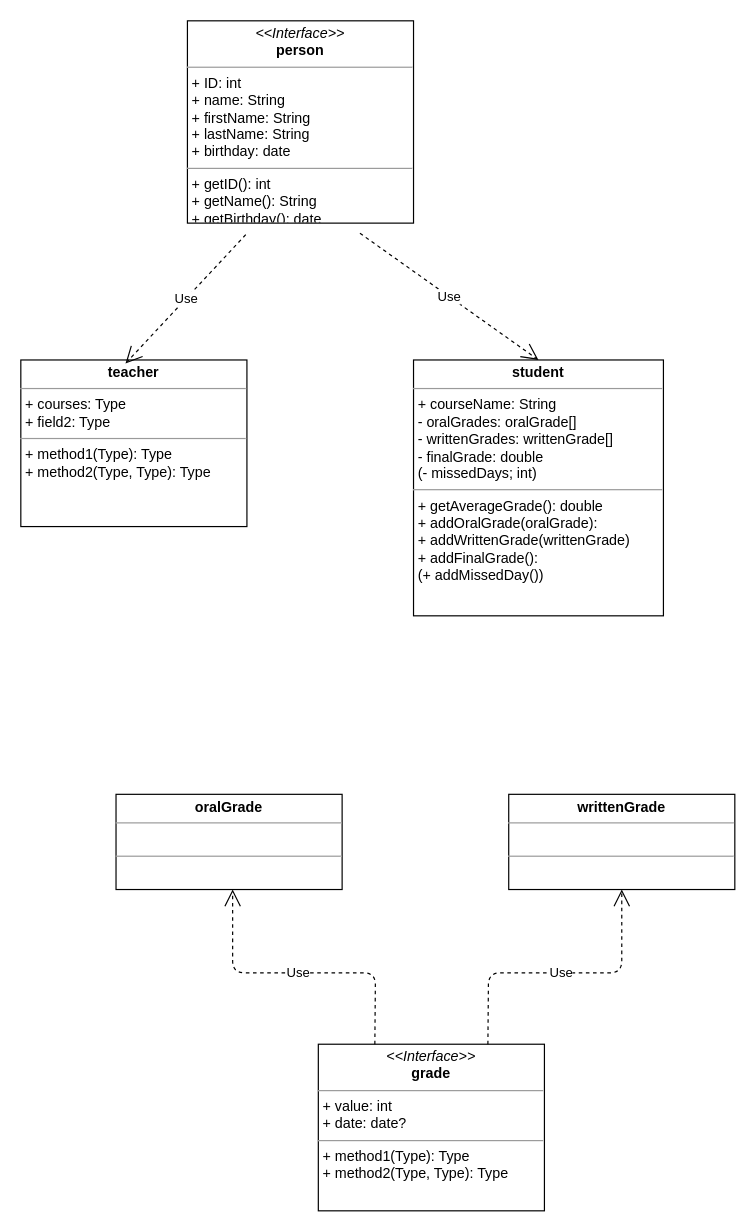
This is Untitled Diagram.drawio from lorenzo381/ATdIT-Gruppe_3, a draw.io file, before an edit. Source tidied: cells renumbered, new cells numbered last; positions are measured from the earlier drawing's top-left corner, leaving out a move shared by most shapes. Both pictures are drawn from the tidied source at 119%, with x=0, y=0 at pixel (20, 20).
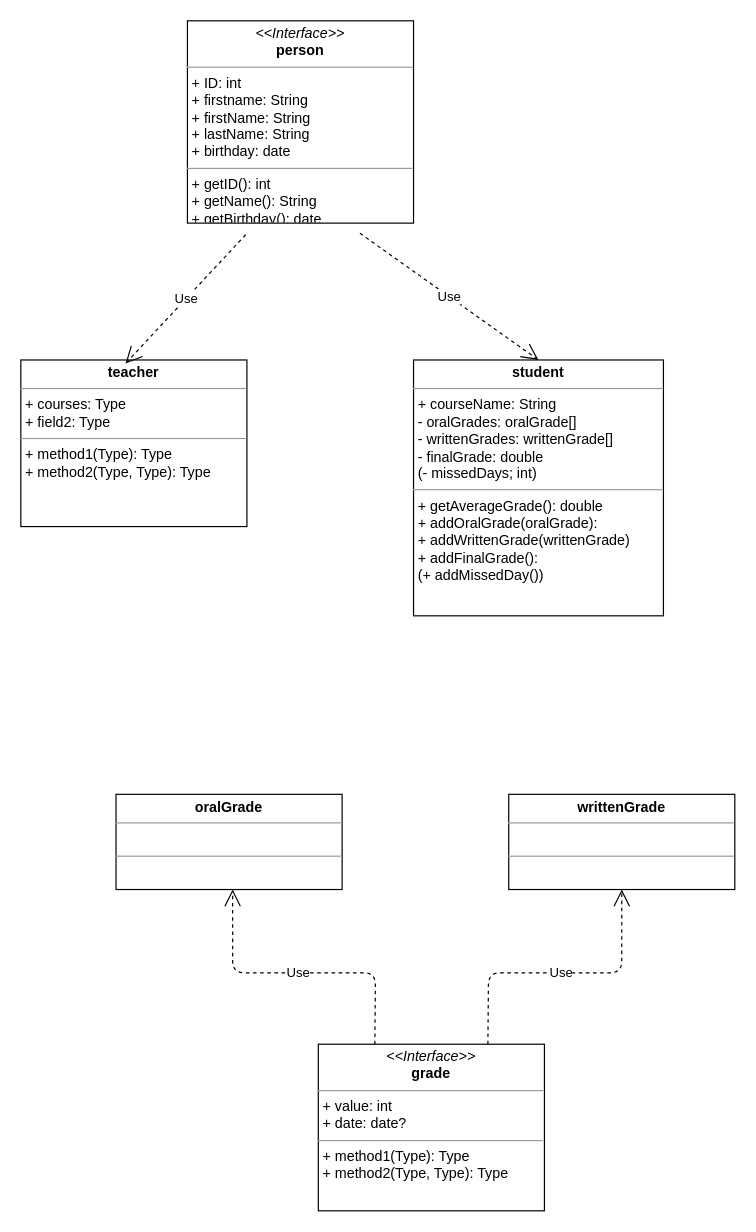
The same page after the edit.

Diff of the diagram source:
```diff
@@
 <mxGraphModel background="#ffffff">
   <root>
     <mxCell id="0" />
     <mxCell id="1" parent="0" />
     <mxCell id="2" value="&lt;p style=&quot;margin: 0px ; margin-top: 4px ; text-align: center&quot;&gt;&lt;b&gt;writtenGrade&lt;/b&gt;&lt;/p&gt;&lt;hr size=&quot;1&quot;&gt;&lt;p style=&quot;margin: 0px ; margin-left: 4px&quot;&gt;&lt;br&gt;&lt;/p&gt;&lt;hr size=&quot;1&quot;&gt;&lt;p style=&quot;margin: 0px ; margin-left: 4px&quot;&gt;&lt;br&gt;&lt;/p&gt;" style="verticalAlign=top;align=left;overflow=fill;fontSize=12;fontFamily=Helvetica;html=1;rounded=0;shadow=0;comic=0;labelBackgroundColor=none;strokeWidth=1;" parent="1" vertex="1">
       <mxGeometry x="410" y="650" width="190" height="80" as="geometry" />
     </mxCell>
     <mxCell id="3" value="&lt;p style=&quot;margin: 0px ; margin-top: 4px ; text-align: center&quot;&gt;&lt;i&gt;&amp;lt;&amp;lt;Interface&amp;gt;&amp;gt;&lt;/i&gt;&lt;br&gt;&lt;b&gt;grade&lt;/b&gt;&lt;/p&gt;&lt;hr size=&quot;1&quot;&gt;&lt;p style=&quot;margin: 0px ; margin-left: 4px&quot;&gt;+ value: int&lt;br&gt;+ date: date?&lt;/p&gt;&lt;hr size=&quot;1&quot;&gt;&lt;p style=&quot;margin: 0px ; margin-left: 4px&quot;&gt;+ method1(Type): Type&lt;br&gt;+ method2(Type, Type): Type&lt;/p&gt;" style="verticalAlign=top;align=left;overflow=fill;fontSize=12;fontFamily=Helvetica;html=1;rounded=0;shadow=0;comic=0;labelBackgroundColor=none;strokeWidth=1;" parent="1" vertex="1">
       <mxGeometry x="250" y="860" width="190" height="140" as="geometry" />
     </mxCell>
-    <mxCell id="4" value="&lt;p style=&quot;margin: 0px ; margin-top: 4px ; text-align: center&quot;&gt;&lt;i&gt;&amp;lt;&amp;lt;Interface&amp;gt;&amp;gt;&lt;/i&gt;&lt;br&gt;&lt;b&gt;person&lt;/b&gt;&lt;/p&gt;&lt;hr size=&quot;1&quot;&gt;&lt;p style=&quot;margin: 0px ; margin-left: 4px&quot;&gt;+ ID: int&lt;br&gt;+ name: String&lt;/p&gt;&lt;p style=&quot;margin: 0px ; margin-left: 4px&quot;&gt;+ firstName: String&lt;/p&gt;&lt;p style=&quot;margin: 0px ; margin-left: 4px&quot;&gt;+ lastName: String&lt;br&gt;&lt;/p&gt;&lt;p style=&quot;margin: 0px ; margin-left: 4px&quot;&gt;+ birthday: date&lt;/p&gt;&lt;hr size=&quot;1&quot;&gt;&lt;p style=&quot;margin: 0px ; margin-left: 4px&quot;&gt;+ getID(): int&lt;br&gt;+ getName(): String&lt;/p&gt;&lt;p style=&quot;margin: 0px ; margin-left: 4px&quot;&gt;+ getBirthday(): date&lt;/p&gt;" style="verticalAlign=top;align=left;overflow=fill;fontSize=12;fontFamily=Helvetica;html=1;rounded=0;shadow=0;comic=0;labelBackgroundColor=none;strokeWidth=1;" parent="1" vertex="1">
+    <mxCell id="4" value="&lt;p style=&quot;margin: 0px ; margin-top: 4px ; text-align: center&quot;&gt;&lt;i&gt;&amp;lt;&amp;lt;Interface&amp;gt;&amp;gt;&lt;/i&gt;&lt;br&gt;&lt;b&gt;person&lt;/b&gt;&lt;/p&gt;&lt;hr size=&quot;1&quot;&gt;&lt;p style=&quot;margin: 0px ; margin-left: 4px&quot;&gt;+ ID: int&lt;br&gt;+ firstname: String&lt;/p&gt;&lt;p style=&quot;margin: 0px ; margin-left: 4px&quot;&gt;+ firstName: String&lt;/p&gt;&lt;p style=&quot;margin: 0px ; margin-left: 4px&quot;&gt;+ lastName: String&lt;br&gt;&lt;/p&gt;&lt;p style=&quot;margin: 0px ; margin-left: 4px&quot;&gt;+ birthday: date&lt;/p&gt;&lt;hr size=&quot;1&quot;&gt;&lt;p style=&quot;margin: 0px ; margin-left: 4px&quot;&gt;+ getID(): int&lt;br&gt;+ getName(): String&lt;/p&gt;&lt;p style=&quot;margin: 0px ; margin-left: 4px&quot;&gt;+ getBirthday(): date&lt;/p&gt;" style="verticalAlign=top;align=left;overflow=fill;fontSize=12;fontFamily=Helvetica;html=1;rounded=0;shadow=0;comic=0;labelBackgroundColor=none;strokeWidth=1;" parent="1" vertex="1">
       <mxGeometry x="140" width="190" height="170" as="geometry" />
     </mxCell>
     <mxCell id="5" value="&lt;p style=&quot;margin: 0px ; margin-top: 4px ; text-align: center&quot;&gt;&lt;b&gt;teacher&lt;/b&gt;&lt;/p&gt;&lt;hr size=&quot;1&quot;&gt;&lt;p style=&quot;margin: 0px ; margin-left: 4px&quot;&gt;+ courses: Type&lt;br&gt;+ field2: Type&lt;/p&gt;&lt;hr size=&quot;1&quot;&gt;&lt;p style=&quot;margin: 0px ; margin-left: 4px&quot;&gt;+ method1(Type): Type&lt;br&gt;+ method2(Type, Type): Type&lt;/p&gt;" style="verticalAlign=top;align=left;overflow=fill;fontSize=12;fontFamily=Helvetica;html=1;rounded=0;shadow=0;comic=0;labelBackgroundColor=none;strokeWidth=1;" parent="1" vertex="1">
       <mxGeometry y="285" width="190" height="140" as="geometry" />
     </mxCell>
     <mxCell id="6" value="&lt;p style=&quot;margin: 0px ; margin-top: 4px ; text-align: center&quot;&gt;&lt;b&gt;student&lt;/b&gt;&lt;/p&gt;&lt;hr size=&quot;1&quot;&gt;&lt;p style=&quot;margin: 0px ; margin-left: 4px&quot;&gt;+ courseName: String&lt;br&gt;&lt;/p&gt;&lt;p style=&quot;margin: 0px ; margin-left: 4px&quot;&gt;- oralGrades: oralGrade[]&lt;/p&gt;&lt;p style=&quot;margin: 0px ; margin-left: 4px&quot;&gt;- writtenGrades: writtenGrade[]&lt;/p&gt;&lt;p style=&quot;margin: 0px ; margin-left: 4px&quot;&gt;- finalGrade: double&lt;/p&gt;&lt;p style=&quot;margin: 0px ; margin-left: 4px&quot;&gt;(- missedDays; int)&lt;/p&gt;&lt;hr size=&quot;1&quot;&gt;&lt;p style=&quot;margin: 0px ; margin-left: 4px&quot;&gt;+ getAverageGrade(): double&lt;br&gt;&lt;/p&gt;&lt;p style=&quot;margin: 0px ; margin-left: 4px&quot;&gt;+ addOralGrade(oralGrade):&lt;/p&gt;&lt;p style=&quot;margin: 0px ; margin-left: 4px&quot;&gt;+ addWrittenGrade(writtenGrade)&lt;/p&gt;&lt;p style=&quot;margin: 0px ; margin-left: 4px&quot;&gt;+ addFinalGrade():&lt;/p&gt;&lt;p style=&quot;margin: 0px ; margin-left: 4px&quot;&gt;(+ addMissedDay())&lt;/p&gt;" style="verticalAlign=top;align=left;overflow=fill;fontSize=12;fontFamily=Helvetica;html=1;rounded=0;shadow=0;comic=0;labelBackgroundColor=none;strokeWidth=1;" parent="1" vertex="1">
       <mxGeometry x="330" y="285" width="210" height="215" as="geometry" />
     </mxCell>
     <mxCell id="7" value="Use" style="endArrow=open;endSize=12;dashed=1;html=1;exitX=0.763;exitY=1.05;exitDx=0;exitDy=0;exitPerimeter=0;entryX=0.5;entryY=0;entryDx=0;entryDy=0;" parent="1" edge="1" source="4" target="6">
       <mxGeometry relative="1" as="geometry" />
     </mxCell>
     <mxCell id="8" value="Use" style="endArrow=open;endSize=12;dashed=1;html=1;exitX=0.258;exitY=1.057;exitDx=0;exitDy=0;exitPerimeter=0;entryX=0.463;entryY=0.021;entryDx=0;entryDy=0;entryPerimeter=0;" parent="1" edge="1" source="4" target="5">
       <mxGeometry relative="1" as="geometry" />
     </mxCell>
     <mxCell id="9" value="&lt;p style=&quot;margin: 0px ; margin-top: 4px ; text-align: center&quot;&gt;&lt;b&gt;oralGrade&lt;/b&gt;&lt;/p&gt;&lt;hr size=&quot;1&quot;&gt;&lt;p style=&quot;margin: 0px ; margin-left: 4px&quot;&gt;&lt;br&gt;&lt;/p&gt;&lt;hr size=&quot;1&quot;&gt;&lt;p style=&quot;margin: 0px ; margin-left: 4px&quot;&gt;&lt;br&gt;&lt;/p&gt;" style="verticalAlign=top;align=left;overflow=fill;fontSize=12;fontFamily=Helvetica;html=1;rounded=0;shadow=0;comic=0;labelBackgroundColor=none;strokeWidth=1;" parent="1" vertex="1">
       <mxGeometry x="80" y="650" width="190" height="80" as="geometry" />
     </mxCell>
     <mxCell id="10" style="edgeStyle=orthogonalEdgeStyle;rounded=0;orthogonalLoop=1;jettySize=auto;html=1;exitX=0.5;exitY=1;exitDx=0;exitDy=0;" parent="1" edge="1" source="9" target="9">
       <mxGeometry relative="1" as="geometry" />
     </mxCell>
     <mxCell id="11" value="Use" style="endArrow=open;endSize=12;dashed=1;html=1;exitX=0.75;exitY=0;exitDx=0;exitDy=0;entryX=0.5;entryY=1;entryDx=0;entryDy=0;" parent="1" edge="1" source="3" target="2">
       <mxGeometry relative="1" as="geometry">
         <Array as="points">
           <mxPoint x="393" y="800" />
           <mxPoint x="505" y="800" />
         </Array>
       </mxGeometry>
     </mxCell>
     <mxCell id="12" value="Use" style="endArrow=open;endSize=12;dashed=1;html=1;exitX=0.25;exitY=0;exitDx=0;exitDy=0;" parent="1" edge="1" source="3">
       <mxGeometry relative="1" as="geometry">
         <mxPoint x="178" y="730" as="targetPoint" />
         <Array as="points">
           <mxPoint x="298" y="800" />
           <mxPoint x="178" y="800" />
         </Array>
       </mxGeometry>
     </mxCell>
   </root>
 </mxGraphModel>
```
